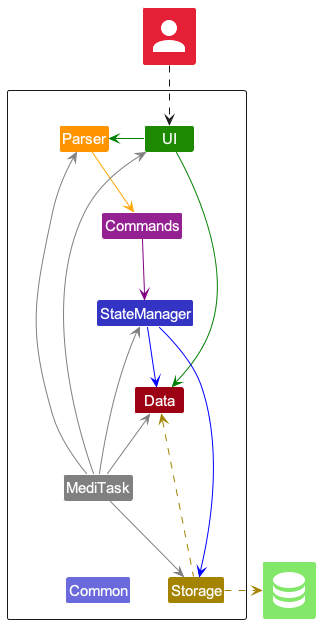
nus-cs2113-AY2425S1/tp keeps this PlantUML diagram as docs/images/ArchitectureDiagram.png. Above is the earlier version.
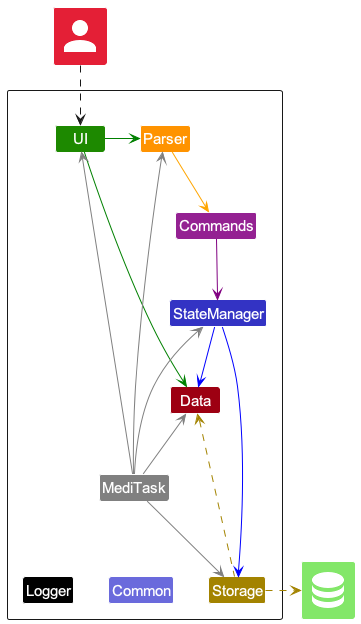
Later version of the same file.

Commit message:
Update Architecture Diagram & Storage Class Diagram to follow group format

The edit, as a diff of the source:
```diff
@@ -17,6 +17,7 @@
     Class Common LOGIC_COLOR_T2
     Class Parser PARSER_COLOR
     Class Commands COMMAND_COLOR
+    Class Logger LOGGER_COLOR
 }
 
 Class "<$ma_account>" as User MODEL_COLOR_T2
@@ -35,6 +36,7 @@
 MediTask -[#grey]-> Storage
 MediTask -up[#grey]-> Data
 MediTask -down[hidden]-> Common
+MediTask -down[hidden]-> Logger
 
 Storage -up[STORAGE_COLOR].> Data
 Storage .right[STORAGE_COLOR].>File
```
